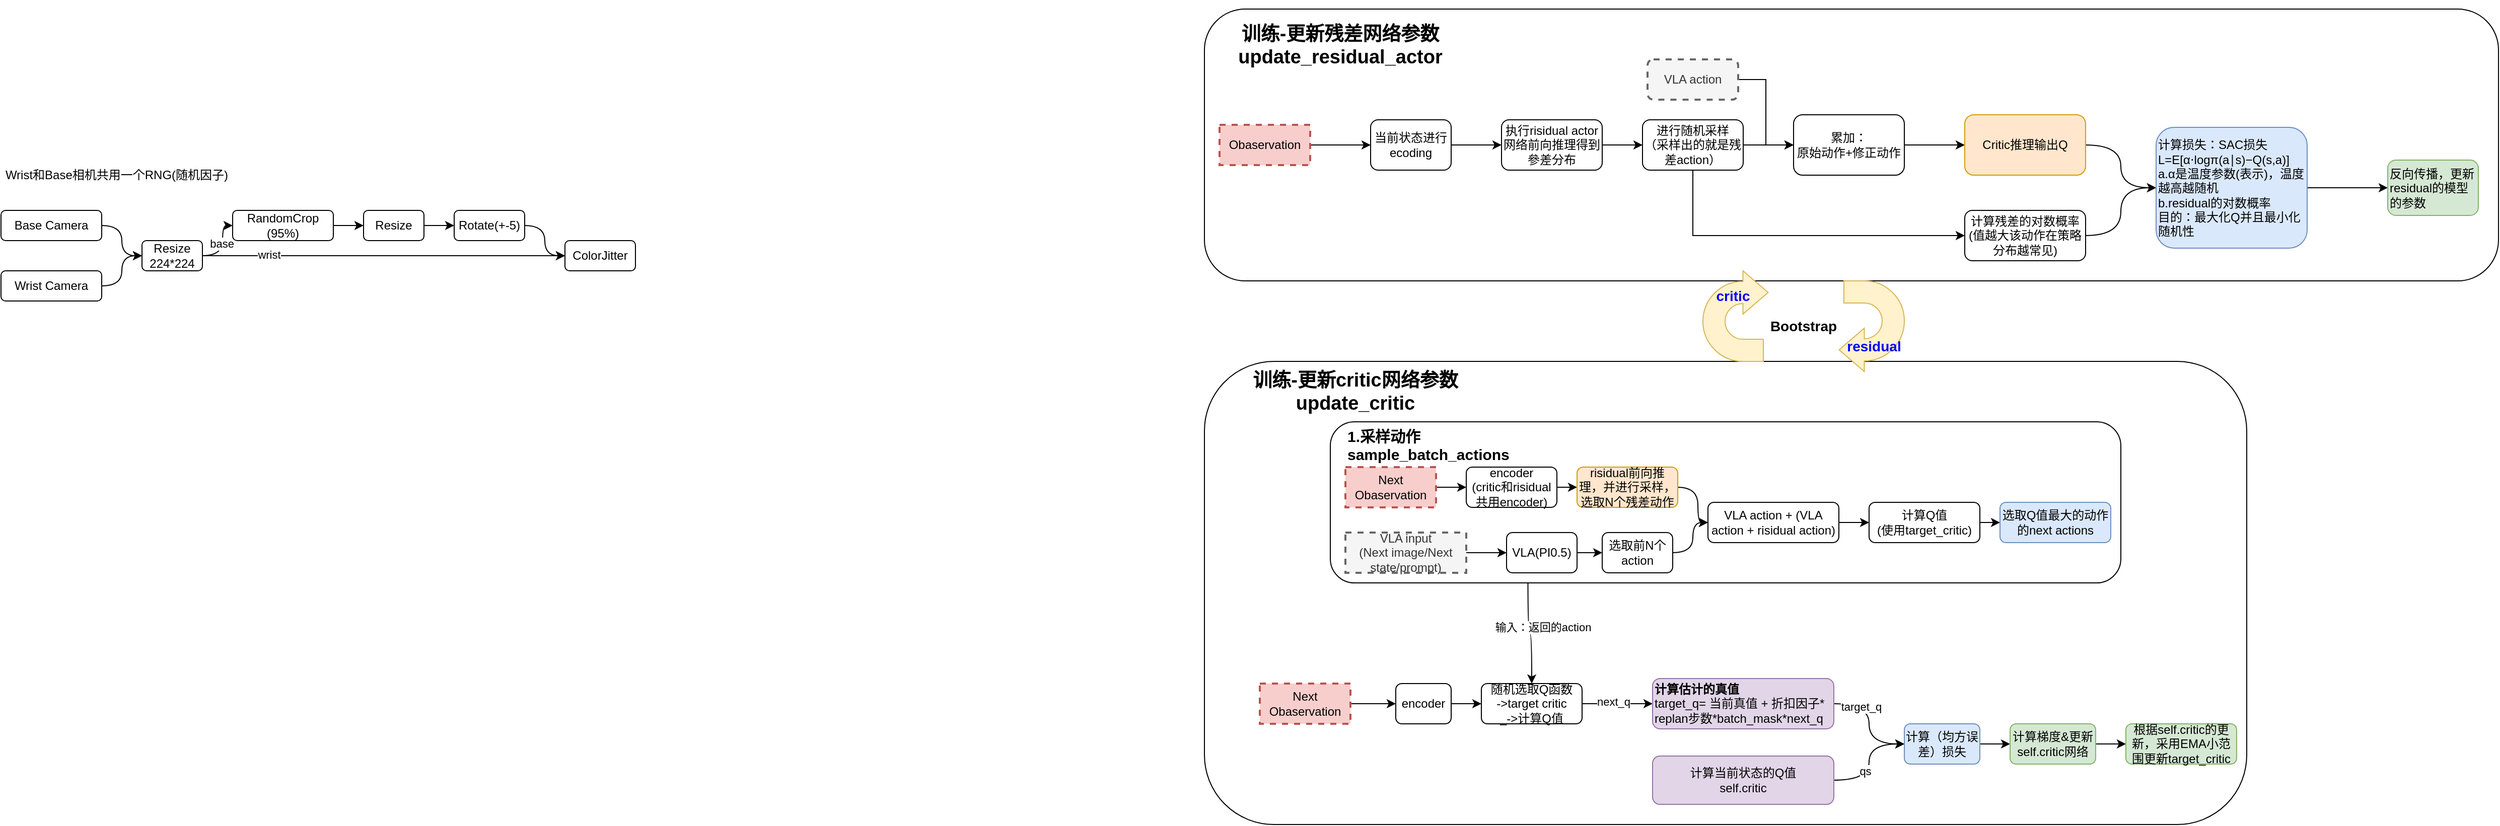
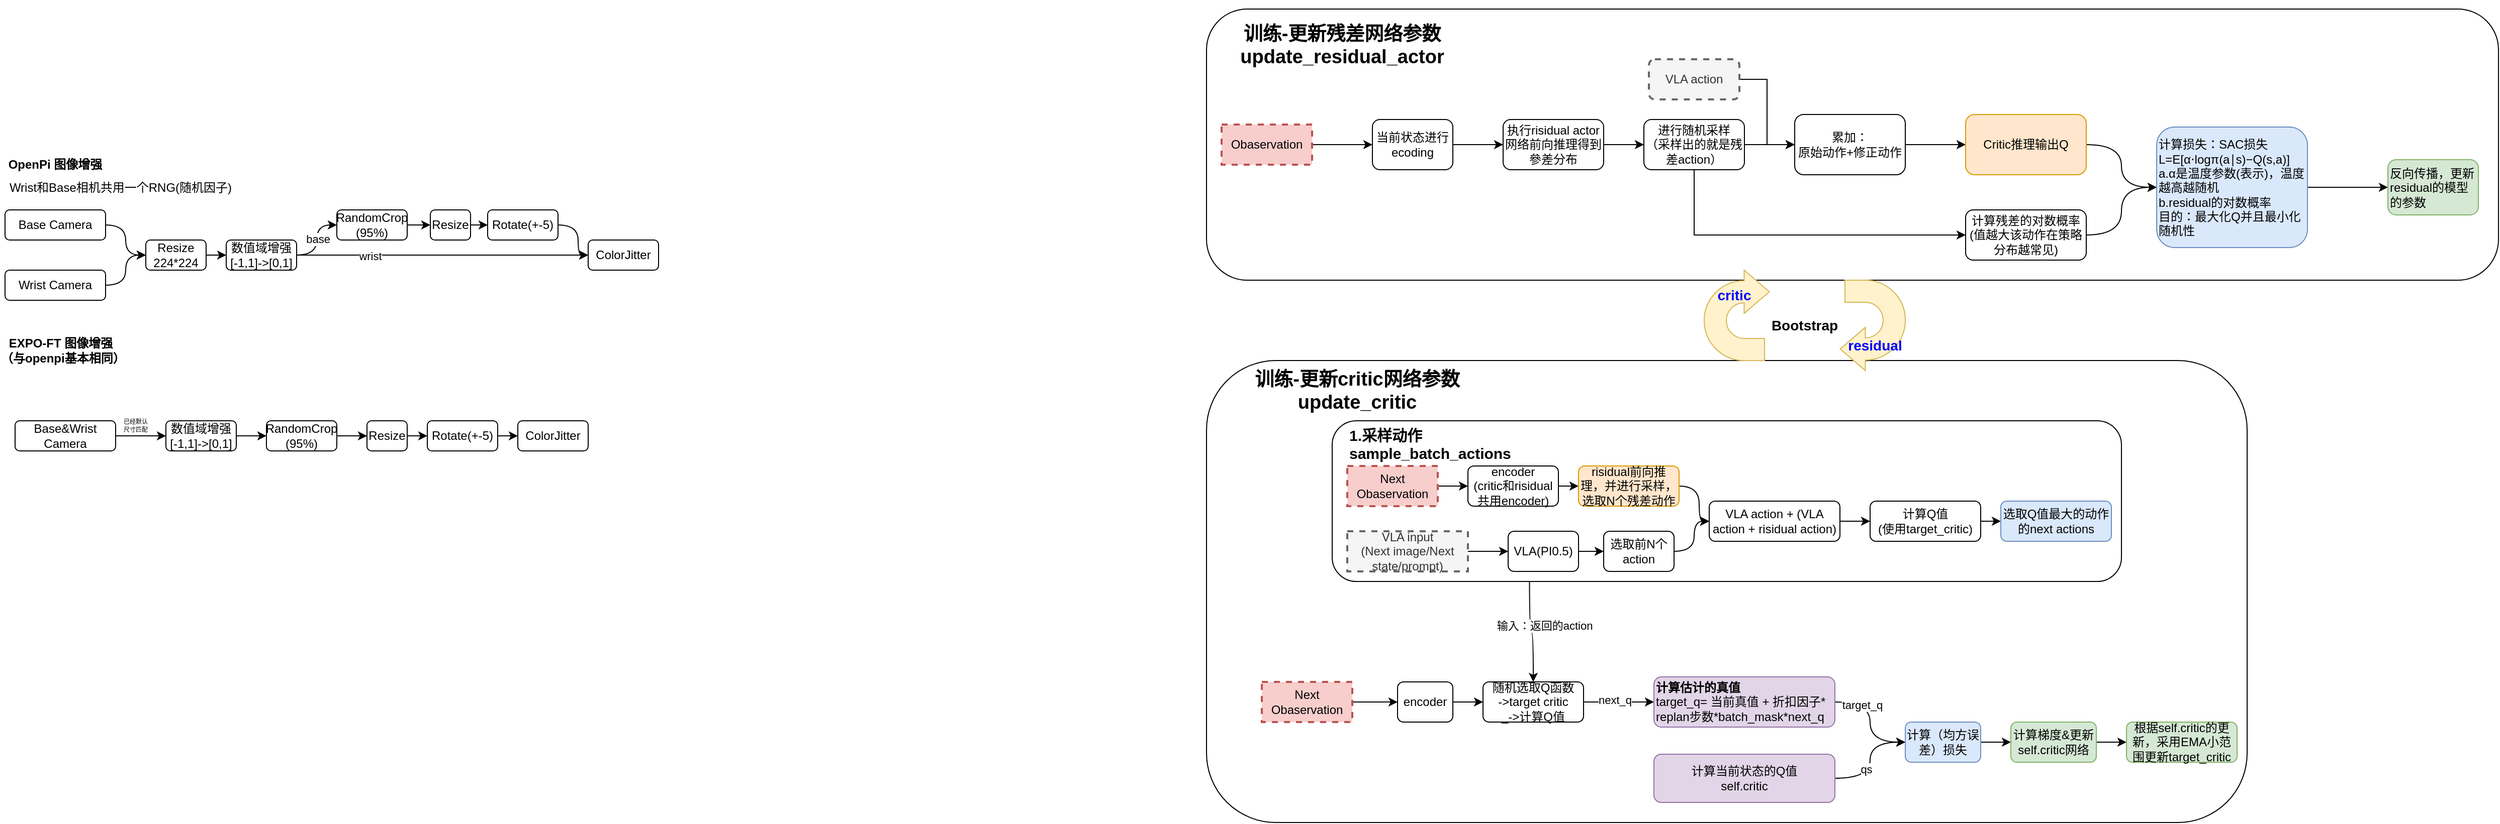
<mxfile host="app.diagrams.net">
  <diagram name="第 1 页" id="Xl2nalXjscSPXPMrPieM">
-     <mxGraphModel dx="2474" dy="2330" grid="1" gridSize="10" guides="1" tooltips="1" connect="1" arrows="1" fold="1" page="1" pageScale="1" pageWidth="827" pageHeight="1169" math="0" shadow="0">
+     <mxGraphModel dx="1786" dy="375" grid="1" gridSize="10" guides="1" tooltips="1" connect="1" arrows="1" fold="1" page="1" pageScale="1" pageWidth="827" pageHeight="1169" math="0" shadow="0">
      <root>
        <mxCell id="0" />
        <mxCell id="1" parent="0" />
        <mxCell id="5m5IZYSdE89hOnIhnB_D-75" parent="1" style="rounded=1;whiteSpace=wrap;html=1;" value="" vertex="1">
          <mxGeometry height="460" width="1035" x="-55" y="540" as="geometry" />
        </mxCell>
        <mxCell id="5m5IZYSdE89hOnIhnB_D-59" edge="1" parent="1" source="5m5IZYSdE89hOnIhnB_D-50" style="edgeStyle=orthogonalEdgeStyle;curved=1;rounded=0;orthogonalLoop=1;jettySize=auto;html=1;exitX=0.25;exitY=1;exitDx=0;exitDy=0;entryX=0.5;entryY=0;entryDx=0;entryDy=0;" target="5m5IZYSdE89hOnIhnB_D-56">
          <mxGeometry relative="1" as="geometry" />
        </mxCell>
        <mxCell id="5m5IZYSdE89hOnIhnB_D-60" connectable="0" parent="5m5IZYSdE89hOnIhnB_D-59" style="edgeLabel;html=1;align=center;verticalAlign=middle;resizable=0;points=[];" value="输入：返回的action" vertex="1">
          <mxGeometry relative="1" x="-0.1644" y="4" as="geometry">
            <mxPoint x="10" as="offset" />
          </mxGeometry>
        </mxCell>
        <mxCell id="5m5IZYSdE89hOnIhnB_D-22" parent="1" style="rounded=1;whiteSpace=wrap;html=1;" value="" vertex="1">
          <mxGeometry height="270" width="1285" x="-55" y="190" as="geometry" />
        </mxCell>
        <mxCell id="5m5IZYSdE89hOnIhnB_D-3" edge="1" parent="1" source="5m5IZYSdE89hOnIhnB_D-1" style="edgeStyle=orthogonalEdgeStyle;rounded=0;orthogonalLoop=1;jettySize=auto;html=1;" target="5m5IZYSdE89hOnIhnB_D-2" value="">
          <mxGeometry relative="1" as="geometry" />
        </mxCell>
        <mxCell id="5m5IZYSdE89hOnIhnB_D-1" parent="1" style="rounded=1;whiteSpace=wrap;html=1;" value="当前状态进行ecoding" vertex="1">
          <mxGeometry height="50" width="80" x="110" y="300" as="geometry" />
        </mxCell>
        <mxCell id="5m5IZYSdE89hOnIhnB_D-5" edge="1" parent="1" source="5m5IZYSdE89hOnIhnB_D-2" style="edgeStyle=orthogonalEdgeStyle;rounded=0;orthogonalLoop=1;jettySize=auto;html=1;" target="5m5IZYSdE89hOnIhnB_D-4" value="">
          <mxGeometry relative="1" as="geometry" />
        </mxCell>
        <mxCell id="5m5IZYSdE89hOnIhnB_D-2" parent="1" style="rounded=1;whiteSpace=wrap;html=1;" value="执行risidual actor网络前向推理得到參差分布" vertex="1">
          <mxGeometry height="50" width="100" x="240" y="300" as="geometry" />
        </mxCell>
        <mxCell id="5m5IZYSdE89hOnIhnB_D-7" edge="1" parent="1" source="5m5IZYSdE89hOnIhnB_D-4" style="edgeStyle=orthogonalEdgeStyle;rounded=0;orthogonalLoop=1;jettySize=auto;html=1;exitX=0.5;exitY=1;exitDx=0;exitDy=0;entryX=0;entryY=0.5;entryDx=0;entryDy=0;" target="5m5IZYSdE89hOnIhnB_D-6" value="">
          <mxGeometry relative="1" as="geometry" />
        </mxCell>
        <mxCell id="5m5IZYSdE89hOnIhnB_D-14" edge="1" parent="1" source="5m5IZYSdE89hOnIhnB_D-4" style="edgeStyle=orthogonalEdgeStyle;rounded=0;orthogonalLoop=1;jettySize=auto;html=1;exitX=1;exitY=0.5;exitDx=0;exitDy=0;entryX=0;entryY=0.5;entryDx=0;entryDy=0;" target="5m5IZYSdE89hOnIhnB_D-12">
          <mxGeometry relative="1" as="geometry" />
        </mxCell>
        <mxCell id="5m5IZYSdE89hOnIhnB_D-4" parent="1" style="rounded=1;whiteSpace=wrap;html=1;" value="进行随机采样&lt;br&gt;（采样出的就是残差action）" vertex="1">
          <mxGeometry height="50" width="100" x="380" y="300" as="geometry" />
        </mxCell>
        <mxCell id="5m5IZYSdE89hOnIhnB_D-19" edge="1" parent="1" source="5m5IZYSdE89hOnIhnB_D-6" style="edgeStyle=orthogonalEdgeStyle;rounded=0;orthogonalLoop=1;jettySize=auto;html=1;exitX=1;exitY=0.5;exitDx=0;exitDy=0;entryX=0;entryY=0.5;entryDx=0;entryDy=0;curved=1;" target="5m5IZYSdE89hOnIhnB_D-17">
          <mxGeometry relative="1" as="geometry" />
        </mxCell>
        <mxCell id="5m5IZYSdE89hOnIhnB_D-6" parent="1" style="rounded=1;whiteSpace=wrap;html=1;" value="计算残差的对数概率&lt;br&gt;(值越大该动作在策略分布越常见)" vertex="1">
          <mxGeometry height="50" width="120" x="700" y="390" as="geometry" />
        </mxCell>
        <mxCell id="5m5IZYSdE89hOnIhnB_D-9" edge="1" parent="1" source="5m5IZYSdE89hOnIhnB_D-8" style="edgeStyle=orthogonalEdgeStyle;rounded=0;orthogonalLoop=1;jettySize=auto;html=1;exitX=1;exitY=0.5;exitDx=0;exitDy=0;entryX=0;entryY=0.5;entryDx=0;entryDy=0;" target="5m5IZYSdE89hOnIhnB_D-1">
          <mxGeometry relative="1" as="geometry" />
        </mxCell>
        <mxCell id="5m5IZYSdE89hOnIhnB_D-8" parent="1" style="rounded=0;whiteSpace=wrap;html=1;fillColor=#f8cecc;strokeColor=#b85450;dashed=1;strokeWidth=2;" value="Obaservation" vertex="1">
          <mxGeometry height="40" width="90" x="-40" y="305" as="geometry" />
        </mxCell>
        <mxCell id="5m5IZYSdE89hOnIhnB_D-13" edge="1" parent="1" source="5m5IZYSdE89hOnIhnB_D-10" style="edgeStyle=orthogonalEdgeStyle;rounded=0;orthogonalLoop=1;jettySize=auto;html=1;exitX=1;exitY=0.5;exitDx=0;exitDy=0;entryX=0;entryY=0.5;entryDx=0;entryDy=0;" target="5m5IZYSdE89hOnIhnB_D-12">
          <mxGeometry relative="1" as="geometry" />
        </mxCell>
        <mxCell id="5m5IZYSdE89hOnIhnB_D-10" parent="1" style="rounded=1;whiteSpace=wrap;html=1;fillColor=#f5f5f5;fontColor=#333333;strokeColor=#666666;dashed=1;strokeWidth=2;" value="VLA action" vertex="1">
          <mxGeometry height="40" width="90" x="385" y="240" as="geometry" />
        </mxCell>
        <mxCell id="5m5IZYSdE89hOnIhnB_D-16" edge="1" parent="1" source="5m5IZYSdE89hOnIhnB_D-12" style="edgeStyle=orthogonalEdgeStyle;rounded=0;orthogonalLoop=1;jettySize=auto;html=1;exitX=1;exitY=0.5;exitDx=0;exitDy=0;entryX=0;entryY=0.5;entryDx=0;entryDy=0;" target="5m5IZYSdE89hOnIhnB_D-15">
          <mxGeometry relative="1" as="geometry" />
        </mxCell>
        <mxCell id="5m5IZYSdE89hOnIhnB_D-12" parent="1" style="rounded=1;whiteSpace=wrap;html=1;" value="累加：&lt;br&gt;原始动作+修正动作" vertex="1">
          <mxGeometry height="60" width="110" x="530" y="295" as="geometry" />
        </mxCell>
        <mxCell id="5m5IZYSdE89hOnIhnB_D-18" edge="1" parent="1" source="5m5IZYSdE89hOnIhnB_D-15" style="edgeStyle=orthogonalEdgeStyle;rounded=0;orthogonalLoop=1;jettySize=auto;html=1;exitX=1;exitY=0.5;exitDx=0;exitDy=0;entryX=0;entryY=0.5;entryDx=0;entryDy=0;curved=1;" target="5m5IZYSdE89hOnIhnB_D-17">
          <mxGeometry relative="1" as="geometry" />
        </mxCell>
        <mxCell id="5m5IZYSdE89hOnIhnB_D-15" parent="1" style="rounded=1;whiteSpace=wrap;html=1;fillColor=#ffe6cc;strokeColor=#d79b00;" value="Critic推理输出Q" vertex="1">
          <mxGeometry height="60" width="120" x="700" y="295" as="geometry" />
        </mxCell>
        <mxCell id="5m5IZYSdE89hOnIhnB_D-21" edge="1" parent="1" source="5m5IZYSdE89hOnIhnB_D-17" style="edgeStyle=orthogonalEdgeStyle;curved=1;rounded=0;orthogonalLoop=1;jettySize=auto;html=1;" target="5m5IZYSdE89hOnIhnB_D-20" value="">
          <mxGeometry relative="1" as="geometry" />
        </mxCell>
        <mxCell id="5m5IZYSdE89hOnIhnB_D-17" parent="1" style="rounded=1;whiteSpace=wrap;html=1;align=left;fillColor=#dae8fc;strokeColor=#6c8ebf;" value="计算损失：SAC损失&lt;br&gt;L=E[α⋅logπ(a∣s)−Q(s,a)]&lt;div&gt;a.α是温度参数(表示)，温度越高越随机&lt;br&gt;b.residual的对数概率&lt;br&gt;目的：最大化Q并且最小化随机性&lt;/div&gt;" vertex="1">
          <mxGeometry height="120" width="150" x="890" y="307.5" as="geometry" />
        </mxCell>
        <mxCell id="5m5IZYSdE89hOnIhnB_D-20" parent="1" style="rounded=1;whiteSpace=wrap;html=1;align=left;fillColor=#d5e8d4;strokeColor=#82b366;" value="反向传播，更新residual的模型的参数" vertex="1">
          <mxGeometry height="55" width="90" x="1120" y="340" as="geometry" />
        </mxCell>
        <mxCell id="5m5IZYSdE89hOnIhnB_D-23" parent="1" style="text;html=1;whiteSpace=wrap;strokeColor=none;fillColor=none;align=center;verticalAlign=middle;rounded=0;fontStyle=1;fontSize=19;" value="&lt;br&gt;训练-更新残差网络参数update_residual_actor" vertex="1">
          <mxGeometry height="30" width="220" x="-30" y="200" as="geometry" />
        </mxCell>
        <mxCell id="5m5IZYSdE89hOnIhnB_D-55" edge="1" parent="1" source="5m5IZYSdE89hOnIhnB_D-53" style="edgeStyle=orthogonalEdgeStyle;curved=1;rounded=0;orthogonalLoop=1;jettySize=auto;html=1;exitX=1;exitY=0.5;exitDx=0;exitDy=0;entryX=0;entryY=0.5;entryDx=0;entryDy=0;" target="5m5IZYSdE89hOnIhnB_D-54">
          <mxGeometry relative="1" as="geometry" />
        </mxCell>
        <mxCell id="5m5IZYSdE89hOnIhnB_D-53" parent="1" style="rounded=0;whiteSpace=wrap;html=1;fillColor=#f8cecc;strokeColor=#b85450;dashed=1;strokeWidth=2;" value="Next&lt;br&gt;Obaservation" vertex="1">
          <mxGeometry height="40" width="90" y="860" as="geometry" />
        </mxCell>
        <mxCell id="5m5IZYSdE89hOnIhnB_D-57" edge="1" parent="1" source="5m5IZYSdE89hOnIhnB_D-54" style="edgeStyle=orthogonalEdgeStyle;curved=1;rounded=0;orthogonalLoop=1;jettySize=auto;html=1;" target="5m5IZYSdE89hOnIhnB_D-56" value="">
          <mxGeometry relative="1" as="geometry" />
        </mxCell>
        <mxCell id="5m5IZYSdE89hOnIhnB_D-54" parent="1" style="rounded=1;whiteSpace=wrap;html=1;strokeWidth=1;" value="encoder" vertex="1">
          <mxGeometry height="40" width="55" x="135" y="860" as="geometry" />
        </mxCell>
        <mxCell id="5m5IZYSdE89hOnIhnB_D-64" edge="1" parent="1" source="5m5IZYSdE89hOnIhnB_D-56" style="edgeStyle=orthogonalEdgeStyle;curved=1;rounded=0;orthogonalLoop=1;jettySize=auto;html=1;" target="5m5IZYSdE89hOnIhnB_D-63" value="">
          <mxGeometry relative="1" as="geometry" />
        </mxCell>
        <mxCell id="5m5IZYSdE89hOnIhnB_D-65" connectable="0" parent="5m5IZYSdE89hOnIhnB_D-64" style="edgeLabel;html=1;align=center;verticalAlign=middle;resizable=0;points=[];" value="next_q" vertex="1">
          <mxGeometry relative="1" x="-0.1202" y="2" as="geometry">
            <mxPoint as="offset" />
          </mxGeometry>
        </mxCell>
        <mxCell id="5m5IZYSdE89hOnIhnB_D-56" parent="1" style="rounded=1;whiteSpace=wrap;html=1;strokeWidth=1;" value="随机选取Q函数&lt;br&gt;-&amp;gt;target critic&lt;div&gt;_-&amp;gt;计算Q值&lt;/div&gt;" vertex="1">
          <mxGeometry height="40" width="100" x="220" y="860" as="geometry" />
        </mxCell>
        <mxCell id="5m5IZYSdE89hOnIhnB_D-67" edge="1" parent="1" source="5m5IZYSdE89hOnIhnB_D-63" style="edgeStyle=orthogonalEdgeStyle;curved=1;rounded=0;orthogonalLoop=1;jettySize=auto;html=1;" target="5m5IZYSdE89hOnIhnB_D-66" value="">
          <mxGeometry relative="1" as="geometry" />
        </mxCell>
        <mxCell id="5m5IZYSdE89hOnIhnB_D-70" connectable="0" parent="5m5IZYSdE89hOnIhnB_D-67" style="edgeLabel;html=1;align=center;verticalAlign=middle;resizable=0;points=[];" value="target_q" vertex="1">
          <mxGeometry relative="1" x="-0.5152" y="-3" as="geometry">
            <mxPoint as="offset" />
          </mxGeometry>
        </mxCell>
        <mxCell id="5m5IZYSdE89hOnIhnB_D-63" parent="1" style="rounded=1;whiteSpace=wrap;html=1;strokeWidth=1;align=left;fillColor=#e1d5e7;strokeColor=#9673a6;" value="&lt;b&gt;计算估计的真值&lt;/b&gt;&lt;br&gt;target_q= 当前真值 + 折扣因子* replan步数*batch_mask*next_q" vertex="1">
          <mxGeometry height="50" width="180" x="390" y="855" as="geometry" />
        </mxCell>
        <mxCell id="5m5IZYSdE89hOnIhnB_D-74" edge="1" parent="1" source="5m5IZYSdE89hOnIhnB_D-66" style="edgeStyle=orthogonalEdgeStyle;curved=1;rounded=0;orthogonalLoop=1;jettySize=auto;html=1;" target="5m5IZYSdE89hOnIhnB_D-73" value="">
          <mxGeometry relative="1" as="geometry" />
        </mxCell>
        <mxCell id="5m5IZYSdE89hOnIhnB_D-66" parent="1" style="whiteSpace=wrap;html=1;align=center;rounded=1;strokeWidth=1;fillColor=#dae8fc;strokeColor=#6c8ebf;" value="计算（均方误差）损失" vertex="1">
          <mxGeometry height="40" width="75" x="640" y="900" as="geometry" />
        </mxCell>
        <mxCell id="5m5IZYSdE89hOnIhnB_D-69" edge="1" parent="1" source="5m5IZYSdE89hOnIhnB_D-68" style="edgeStyle=orthogonalEdgeStyle;curved=1;rounded=0;orthogonalLoop=1;jettySize=auto;html=1;exitX=1;exitY=0.5;exitDx=0;exitDy=0;entryX=0;entryY=0.5;entryDx=0;entryDy=0;" target="5m5IZYSdE89hOnIhnB_D-66">
          <mxGeometry relative="1" as="geometry" />
        </mxCell>
        <mxCell id="5m5IZYSdE89hOnIhnB_D-72" connectable="0" parent="5m5IZYSdE89hOnIhnB_D-69" style="edgeLabel;html=1;align=center;verticalAlign=middle;resizable=0;points=[];" value="qs" vertex="1">
          <mxGeometry relative="1" x="-0.1592" y="4" as="geometry">
            <mxPoint as="offset" />
          </mxGeometry>
        </mxCell>
        <mxCell id="5m5IZYSdE89hOnIhnB_D-68" parent="1" style="rounded=1;whiteSpace=wrap;html=1;strokeWidth=1;fillColor=#e1d5e7;strokeColor=#9673a6;" value="计算当前状态的Q值&lt;br&gt;self.critic" vertex="1">
          <mxGeometry height="48" width="180" x="390" y="932" as="geometry" />
        </mxCell>
        <mxCell id="5m5IZYSdE89hOnIhnB_D-78" edge="1" parent="1" source="5m5IZYSdE89hOnIhnB_D-73" style="edgeStyle=orthogonalEdgeStyle;curved=1;rounded=0;orthogonalLoop=1;jettySize=auto;html=1;" target="5m5IZYSdE89hOnIhnB_D-77" value="">
          <mxGeometry relative="1" as="geometry" />
        </mxCell>
        <mxCell id="5m5IZYSdE89hOnIhnB_D-73" parent="1" style="whiteSpace=wrap;html=1;align=center;rounded=1;strokeWidth=1;fillColor=#d5e8d4;strokeColor=#82b366;" value="计算梯度&amp;amp;更新self.critic网络" vertex="1">
          <mxGeometry height="40" width="85" x="745" y="900" as="geometry" />
        </mxCell>
        <mxCell id="5m5IZYSdE89hOnIhnB_D-76" parent="1" style="text;html=1;whiteSpace=wrap;strokeColor=none;fillColor=none;align=center;verticalAlign=middle;rounded=0;fontStyle=1;fontSize=19;" value="训练-更新critic网络参数&lt;br&gt;update_critic" vertex="1">
          <mxGeometry height="40" width="220" x="-15" y="550" as="geometry" />
        </mxCell>
        <mxCell id="5m5IZYSdE89hOnIhnB_D-77" parent="1" style="whiteSpace=wrap;html=1;align=center;rounded=1;strokeWidth=1;fillColor=#d5e8d4;strokeColor=#82b366;" value="根据self.critic的更新，采用EMA小范围更新target_critic" vertex="1">
          <mxGeometry height="40" width="110" x="860" y="900" as="geometry" />
        </mxCell>
        <mxCell id="5m5IZYSdE89hOnIhnB_D-79" connectable="0" parent="1" style="group" value="" vertex="1">
          <mxGeometry height="160" width="785" x="70" y="600" as="geometry" />
        </mxCell>
        <mxCell id="5m5IZYSdE89hOnIhnB_D-50" parent="5m5IZYSdE89hOnIhnB_D-79" style="rounded=1;whiteSpace=wrap;html=1;" value="" vertex="1">
          <mxGeometry height="160" width="785" as="geometry" />
        </mxCell>
        <mxCell id="5m5IZYSdE89hOnIhnB_D-39" edge="1" parent="5m5IZYSdE89hOnIhnB_D-79" source="5m5IZYSdE89hOnIhnB_D-32" style="edgeStyle=orthogonalEdgeStyle;curved=1;rounded=0;orthogonalLoop=1;jettySize=auto;html=1;exitX=1;exitY=0.5;exitDx=0;exitDy=0;entryX=0;entryY=0.5;entryDx=0;entryDy=0;" target="5m5IZYSdE89hOnIhnB_D-38">
          <mxGeometry relative="1" as="geometry" />
        </mxCell>
        <mxCell id="5m5IZYSdE89hOnIhnB_D-32" parent="5m5IZYSdE89hOnIhnB_D-79" style="rounded=0;whiteSpace=wrap;html=1;fillColor=#f8cecc;strokeColor=#b85450;dashed=1;strokeWidth=2;" value="Next&lt;br&gt;Obaservation" vertex="1">
          <mxGeometry height="40" width="90" x="15" y="45" as="geometry" />
        </mxCell>
        <mxCell id="5m5IZYSdE89hOnIhnB_D-35" edge="1" parent="5m5IZYSdE89hOnIhnB_D-79" source="5m5IZYSdE89hOnIhnB_D-33" style="edgeStyle=orthogonalEdgeStyle;curved=1;rounded=0;orthogonalLoop=1;jettySize=auto;html=1;" target="5m5IZYSdE89hOnIhnB_D-34" value="">
          <mxGeometry relative="1" as="geometry" />
        </mxCell>
        <mxCell id="5m5IZYSdE89hOnIhnB_D-33" parent="5m5IZYSdE89hOnIhnB_D-79" style="rounded=0;whiteSpace=wrap;html=1;fillColor=#f5f5f5;fontColor=#333333;strokeColor=#666666;dashed=1;strokeWidth=2;" value="VLA input&lt;br&gt;(Next image/Next state/prompt)" vertex="1">
          <mxGeometry height="40" width="120" x="15" y="110" as="geometry" />
        </mxCell>
        <mxCell id="5m5IZYSdE89hOnIhnB_D-37" edge="1" parent="5m5IZYSdE89hOnIhnB_D-79" source="5m5IZYSdE89hOnIhnB_D-34" style="edgeStyle=orthogonalEdgeStyle;curved=1;rounded=0;orthogonalLoop=1;jettySize=auto;html=1;" target="5m5IZYSdE89hOnIhnB_D-36" value="">
          <mxGeometry relative="1" as="geometry" />
        </mxCell>
        <mxCell id="5m5IZYSdE89hOnIhnB_D-34" parent="5m5IZYSdE89hOnIhnB_D-79" style="rounded=1;whiteSpace=wrap;html=1;strokeWidth=1;" value="VLA(PI0.5)" vertex="1">
          <mxGeometry height="40" width="70" x="175" y="110" as="geometry" />
        </mxCell>
        <mxCell id="5m5IZYSdE89hOnIhnB_D-44" edge="1" parent="5m5IZYSdE89hOnIhnB_D-79" source="5m5IZYSdE89hOnIhnB_D-36" style="edgeStyle=orthogonalEdgeStyle;curved=1;rounded=0;orthogonalLoop=1;jettySize=auto;html=1;exitX=1;exitY=0.5;exitDx=0;exitDy=0;entryX=0;entryY=0.5;entryDx=0;entryDy=0;" target="5m5IZYSdE89hOnIhnB_D-43">
          <mxGeometry relative="1" as="geometry" />
        </mxCell>
        <mxCell id="5m5IZYSdE89hOnIhnB_D-36" parent="5m5IZYSdE89hOnIhnB_D-79" style="rounded=1;whiteSpace=wrap;html=1;strokeWidth=1;" value="选取前N个action" vertex="1">
          <mxGeometry height="40" width="70" x="270" y="110" as="geometry" />
        </mxCell>
        <mxCell id="5m5IZYSdE89hOnIhnB_D-41" edge="1" parent="5m5IZYSdE89hOnIhnB_D-79" source="5m5IZYSdE89hOnIhnB_D-38" style="edgeStyle=orthogonalEdgeStyle;curved=1;rounded=0;orthogonalLoop=1;jettySize=auto;html=1;" target="5m5IZYSdE89hOnIhnB_D-40" value="">
          <mxGeometry relative="1" as="geometry" />
        </mxCell>
        <mxCell id="5m5IZYSdE89hOnIhnB_D-38" parent="5m5IZYSdE89hOnIhnB_D-79" style="rounded=1;whiteSpace=wrap;html=1;strokeWidth=1;" value="encoder&lt;div&gt;(critic和risidual共用encoder)&lt;/div&gt;" vertex="1">
          <mxGeometry height="40" width="90" x="135" y="45" as="geometry" />
        </mxCell>
        <mxCell id="5m5IZYSdE89hOnIhnB_D-45" edge="1" parent="5m5IZYSdE89hOnIhnB_D-79" source="5m5IZYSdE89hOnIhnB_D-40" style="edgeStyle=orthogonalEdgeStyle;curved=1;rounded=0;orthogonalLoop=1;jettySize=auto;html=1;exitX=1;exitY=0.5;exitDx=0;exitDy=0;entryX=0;entryY=0.5;entryDx=0;entryDy=0;" target="5m5IZYSdE89hOnIhnB_D-43">
          <mxGeometry relative="1" as="geometry" />
        </mxCell>
        <mxCell id="5m5IZYSdE89hOnIhnB_D-40" parent="5m5IZYSdE89hOnIhnB_D-79" style="rounded=1;whiteSpace=wrap;html=1;strokeWidth=1;fillColor=#ffe6cc;strokeColor=#d79b00;" value="risidual前向推理，并进行采样，选取N个残差动作" vertex="1">
          <mxGeometry height="40" width="100" x="245" y="45" as="geometry" />
        </mxCell>
        <mxCell id="5m5IZYSdE89hOnIhnB_D-47" edge="1" parent="5m5IZYSdE89hOnIhnB_D-79" source="5m5IZYSdE89hOnIhnB_D-43" style="edgeStyle=orthogonalEdgeStyle;curved=1;rounded=0;orthogonalLoop=1;jettySize=auto;html=1;exitX=1;exitY=0.5;exitDx=0;exitDy=0;entryX=0;entryY=0.5;entryDx=0;entryDy=0;" target="5m5IZYSdE89hOnIhnB_D-46">
          <mxGeometry relative="1" as="geometry" />
        </mxCell>
        <mxCell id="5m5IZYSdE89hOnIhnB_D-43" parent="5m5IZYSdE89hOnIhnB_D-79" style="rounded=1;whiteSpace=wrap;html=1;strokeWidth=1;" value="VLA action + (VLA action + risidual action)" vertex="1">
          <mxGeometry height="40" width="130" x="375" y="80" as="geometry" />
        </mxCell>
        <mxCell id="5m5IZYSdE89hOnIhnB_D-49" edge="1" parent="5m5IZYSdE89hOnIhnB_D-79" source="5m5IZYSdE89hOnIhnB_D-46" style="edgeStyle=orthogonalEdgeStyle;curved=1;rounded=0;orthogonalLoop=1;jettySize=auto;html=1;" target="5m5IZYSdE89hOnIhnB_D-48" value="">
          <mxGeometry relative="1" as="geometry" />
        </mxCell>
        <mxCell id="5m5IZYSdE89hOnIhnB_D-46" parent="5m5IZYSdE89hOnIhnB_D-79" style="rounded=1;whiteSpace=wrap;html=1;strokeWidth=1;" value="计算Q值&lt;br&gt;(使用target_critic)" vertex="1">
          <mxGeometry height="40" width="110" x="535" y="80" as="geometry" />
        </mxCell>
        <mxCell id="5m5IZYSdE89hOnIhnB_D-48" parent="5m5IZYSdE89hOnIhnB_D-79" style="rounded=1;whiteSpace=wrap;html=1;strokeWidth=1;fillColor=#dae8fc;strokeColor=#6c8ebf;" value="选取Q值最大的动作&lt;br&gt;的next actions" vertex="1">
          <mxGeometry height="40" width="110" x="665" y="80" as="geometry" />
        </mxCell>
        <mxCell id="5m5IZYSdE89hOnIhnB_D-51" parent="5m5IZYSdE89hOnIhnB_D-79" style="text;html=1;whiteSpace=wrap;strokeColor=none;fillColor=none;align=left;verticalAlign=middle;rounded=0;fontStyle=1;fontSize=15;" value="1.采样动作&lt;br&gt;sample_batch_actions" vertex="1">
          <mxGeometry height="30" width="220" x="15" y="8" as="geometry" />
        </mxCell>
        <mxCell id="5m5IZYSdE89hOnIhnB_D-82" parent="1" style="html=1;shadow=0;dashed=0;align=center;verticalAlign=middle;shape=mxgraph.arrows2.uTurnArrow;dy=11;arrowHead=43;dx2=25;fillColor=#fff2cc;strokeColor=#d6b656;" value="" vertex="1">
          <mxGeometry height="90" width="60" x="440" y="450" as="geometry" />
        </mxCell>
        <mxCell id="5m5IZYSdE89hOnIhnB_D-83" parent="1" style="html=1;shadow=0;dashed=0;align=center;verticalAlign=middle;shape=mxgraph.arrows2.uTurnArrow;dy=11;arrowHead=43;dx2=25;rotation=-180;fillColor=#fff2cc;strokeColor=#d6b656;" value="&amp;nbsp; " vertex="1">
          <mxGeometry height="90" width="60" x="580" y="460" as="geometry" />
        </mxCell>
        <mxCell id="5m5IZYSdE89hOnIhnB_D-84" parent="1" style="text;html=1;whiteSpace=wrap;strokeColor=none;fillColor=none;align=center;verticalAlign=middle;rounded=0;fontStyle=1;fontSize=14;" value="Bootstrap" vertex="1">
          <mxGeometry height="30" width="60" x="510" y="490" as="geometry" />
        </mxCell>
        <mxCell id="5m5IZYSdE89hOnIhnB_D-85" parent="1" style="text;html=1;whiteSpace=wrap;strokeColor=none;fillColor=none;align=center;verticalAlign=middle;rounded=0;fontStyle=1;fontColor=#0000FF;fontSize=14;" value="critic" vertex="1">
          <mxGeometry height="30" width="60" x="440" y="460" as="geometry" />
        </mxCell>
        <mxCell id="5m5IZYSdE89hOnIhnB_D-86" parent="1" style="text;html=1;whiteSpace=wrap;strokeColor=none;fillColor=none;align=center;verticalAlign=middle;rounded=0;fontStyle=1;fontColor=#0000FF;fontSize=14;" value="residual" vertex="1">
          <mxGeometry height="30" width="60" x="580" y="510" as="geometry" />
        </mxCell>
        <mxCell id="5m5IZYSdE89hOnIhnB_D-99" edge="1" parent="1" source="5m5IZYSdE89hOnIhnB_D-87" style="edgeStyle=orthogonalEdgeStyle;curved=1;rounded=0;orthogonalLoop=1;jettySize=auto;html=1;exitX=1;exitY=0.5;exitDx=0;exitDy=0;entryX=0;entryY=0.5;entryDx=0;entryDy=0;" target="5m5IZYSdE89hOnIhnB_D-89">
          <mxGeometry relative="1" as="geometry" />
        </mxCell>
        <mxCell id="5m5IZYSdE89hOnIhnB_D-87" parent="1" style="rounded=1;whiteSpace=wrap;html=1;" value="Base Camera" vertex="1">
          <mxGeometry height="30" width="100" x="-1250" y="390" as="geometry" />
        </mxCell>
        <mxCell id="5m5IZYSdE89hOnIhnB_D-98" edge="1" parent="1" source="5m5IZYSdE89hOnIhnB_D-88" style="edgeStyle=orthogonalEdgeStyle;curved=1;rounded=0;orthogonalLoop=1;jettySize=auto;html=1;exitX=1;exitY=0.5;exitDx=0;exitDy=0;entryX=0;entryY=0.5;entryDx=0;entryDy=0;" target="5m5IZYSdE89hOnIhnB_D-89">
          <mxGeometry relative="1" as="geometry" />
        </mxCell>
        <mxCell id="5m5IZYSdE89hOnIhnB_D-88" parent="1" style="rounded=1;whiteSpace=wrap;html=1;" value="Wrist Camera" vertex="1">
          <mxGeometry height="30" width="100" x="-1250" y="450" as="geometry" />
        </mxCell>
-         <mxCell id="5m5IZYSdE89hOnIhnB_D-97" edge="1" parent="1" source="5m5IZYSdE89hOnIhnB_D-89" style="edgeStyle=orthogonalEdgeStyle;curved=1;rounded=0;orthogonalLoop=1;jettySize=auto;html=1;exitX=1;exitY=0.5;exitDx=0;exitDy=0;entryX=0;entryY=0.5;entryDx=0;entryDy=0;" target="5m5IZYSdE89hOnIhnB_D-90">
-           <mxGeometry relative="1" as="geometry" />
-         </mxCell>
-         <mxCell id="5m5IZYSdE89hOnIhnB_D-101" connectable="0" parent="5m5IZYSdE89hOnIhnB_D-97" style="edgeLabel;html=1;align=center;verticalAlign=middle;resizable=0;points=[];" value="base" vertex="1">
-           <mxGeometry relative="1" x="0.0815" y="1" as="geometry">
-             <mxPoint as="offset" />
-           </mxGeometry>
-         </mxCell>
-         <mxCell id="5m5IZYSdE89hOnIhnB_D-100" edge="1" parent="1" source="5m5IZYSdE89hOnIhnB_D-89" style="edgeStyle=orthogonalEdgeStyle;curved=1;rounded=0;orthogonalLoop=1;jettySize=auto;html=1;exitX=1;exitY=0.5;exitDx=0;exitDy=0;entryX=0;entryY=0.5;entryDx=0;entryDy=0;" target="5m5IZYSdE89hOnIhnB_D-95">
-           <mxGeometry relative="1" as="geometry" />
-         </mxCell>
-         <mxCell id="5m5IZYSdE89hOnIhnB_D-102" connectable="0" parent="5m5IZYSdE89hOnIhnB_D-100" style="edgeLabel;html=1;align=center;verticalAlign=middle;resizable=0;points=[];" value="wrist" vertex="1">
-           <mxGeometry relative="1" x="-0.634" y="1" as="geometry">
-             <mxPoint as="offset" />
-           </mxGeometry>
+         <mxCell id="5m5IZYSdE89hOnIhnB_D-108" edge="1" parent="1" source="5m5IZYSdE89hOnIhnB_D-89" style="edgeStyle=orthogonalEdgeStyle;curved=1;rounded=0;orthogonalLoop=1;jettySize=auto;html=1;" target="5m5IZYSdE89hOnIhnB_D-107" value="">
+           <mxGeometry relative="1" as="geometry" />
        </mxCell>
        <mxCell id="5m5IZYSdE89hOnIhnB_D-89" parent="1" style="rounded=1;whiteSpace=wrap;html=1;" value="Resize&lt;div&gt;224*224&lt;/div&gt;" vertex="1">
          <mxGeometry height="30" width="60" x="-1110" y="420" as="geometry" />
        </mxCell>
        <mxCell id="5m5IZYSdE89hOnIhnB_D-92" edge="1" parent="1" source="5m5IZYSdE89hOnIhnB_D-90" style="edgeStyle=orthogonalEdgeStyle;curved=1;rounded=0;orthogonalLoop=1;jettySize=auto;html=1;" target="5m5IZYSdE89hOnIhnB_D-91" value="">
          <mxGeometry relative="1" as="geometry" />
        </mxCell>
        <mxCell id="5m5IZYSdE89hOnIhnB_D-90" parent="1" style="rounded=1;whiteSpace=wrap;html=1;" value="RandomCrop&lt;br&gt;(95%)" vertex="1">
-           <mxGeometry height="30" width="100" x="-1020" y="390" as="geometry" />
+           <mxGeometry height="30" width="70" x="-920" y="390" as="geometry" />
        </mxCell>
        <mxCell id="5m5IZYSdE89hOnIhnB_D-94" edge="1" parent="1" source="5m5IZYSdE89hOnIhnB_D-91" style="edgeStyle=orthogonalEdgeStyle;curved=1;rounded=0;orthogonalLoop=1;jettySize=auto;html=1;" target="5m5IZYSdE89hOnIhnB_D-93" value="">
          <mxGeometry relative="1" as="geometry" />
        </mxCell>
        <mxCell id="5m5IZYSdE89hOnIhnB_D-91" parent="1" style="rounded=1;whiteSpace=wrap;html=1;" value="Resize" vertex="1">
-           <mxGeometry height="30" width="60" x="-890" y="390" as="geometry" />
+           <mxGeometry height="30" width="40" x="-827" y="390" as="geometry" />
        </mxCell>
        <mxCell id="5m5IZYSdE89hOnIhnB_D-96" edge="1" parent="1" source="5m5IZYSdE89hOnIhnB_D-93" style="edgeStyle=orthogonalEdgeStyle;curved=1;rounded=0;orthogonalLoop=1;jettySize=auto;html=1;" target="5m5IZYSdE89hOnIhnB_D-95" value="">
          <mxGeometry relative="1" as="geometry" />
        </mxCell>
        <mxCell id="5m5IZYSdE89hOnIhnB_D-93" parent="1" style="rounded=1;whiteSpace=wrap;html=1;" value="Rotate(+-5)" vertex="1">
-           <mxGeometry height="30" width="70" x="-800" y="390" as="geometry" />
+           <mxGeometry height="30" width="70" x="-770" y="390" as="geometry" />
        </mxCell>
        <mxCell id="5m5IZYSdE89hOnIhnB_D-95" parent="1" style="rounded=1;whiteSpace=wrap;html=1;" value="ColorJitter" vertex="1">
-           <mxGeometry height="30" width="70" x="-690" y="420" as="geometry" />
+           <mxGeometry height="30" width="70" x="-670" y="420" as="geometry" />
        </mxCell>
        <mxCell id="5m5IZYSdE89hOnIhnB_D-103" parent="1" style="text;html=1;whiteSpace=wrap;strokeColor=none;fillColor=none;align=center;verticalAlign=middle;rounded=0;" value="Wrist和Base相机共用一个RNG(随机因子)" vertex="1">
-           <mxGeometry height="30" width="230" x="-1250" y="340" as="geometry" />
+           <mxGeometry height="20" width="230" x="-1250" y="357.5" as="geometry" />
+         </mxCell>
+         <mxCell id="5m5IZYSdE89hOnIhnB_D-105" parent="1" style="text;html=1;whiteSpace=wrap;strokeColor=none;fillColor=none;align=center;verticalAlign=middle;rounded=0;fontStyle=1" value="OpenPi 图像增强" vertex="1">
+           <mxGeometry height="20" width="110" x="-1255" y="335" as="geometry" />
+         </mxCell>
+         <mxCell id="5m5IZYSdE89hOnIhnB_D-106" parent="1" style="text;html=1;whiteSpace=wrap;strokeColor=none;fillColor=none;align=center;verticalAlign=middle;rounded=0;fontStyle=1" value="EXPO-FT 图像增强&lt;br&gt;（与openpi基本相同）" vertex="1">
+           <mxGeometry height="20" width="121" x="-1255" y="520" as="geometry" />
+         </mxCell>
+         <mxCell id="5m5IZYSdE89hOnIhnB_D-109" edge="1" parent="1" source="5m5IZYSdE89hOnIhnB_D-107" style="edgeStyle=orthogonalEdgeStyle;curved=1;rounded=0;orthogonalLoop=1;jettySize=auto;html=1;exitX=1;exitY=0.5;exitDx=0;exitDy=0;entryX=0;entryY=0.5;entryDx=0;entryDy=0;" target="5m5IZYSdE89hOnIhnB_D-90">
+           <mxGeometry relative="1" as="geometry" />
+         </mxCell>
+         <mxCell id="5m5IZYSdE89hOnIhnB_D-110" connectable="0" parent="5m5IZYSdE89hOnIhnB_D-109" style="edgeLabel;html=1;align=center;verticalAlign=middle;resizable=0;points=[];" value="base" vertex="1">
+           <mxGeometry relative="1" x="0.0335" y="-1" as="geometry">
+             <mxPoint as="offset" />
+           </mxGeometry>
+         </mxCell>
+         <mxCell id="5m5IZYSdE89hOnIhnB_D-111" edge="1" parent="1" source="5m5IZYSdE89hOnIhnB_D-107" style="edgeStyle=orthogonalEdgeStyle;curved=1;rounded=0;orthogonalLoop=1;jettySize=auto;html=1;exitX=1;exitY=0.5;exitDx=0;exitDy=0;" target="5m5IZYSdE89hOnIhnB_D-95">
+           <mxGeometry relative="1" as="geometry" />
+         </mxCell>
+         <mxCell id="5m5IZYSdE89hOnIhnB_D-112" connectable="0" parent="5m5IZYSdE89hOnIhnB_D-111" style="edgeLabel;html=1;align=center;verticalAlign=middle;resizable=0;points=[];" value="wrist" vertex="1">
+           <mxGeometry relative="1" x="-0.4996" y="-1" as="geometry">
+             <mxPoint as="offset" />
+           </mxGeometry>
+         </mxCell>
+         <mxCell id="5m5IZYSdE89hOnIhnB_D-107" parent="1" style="rounded=1;whiteSpace=wrap;html=1;" value="数值域增强&lt;br&gt;[-1,1]-&amp;gt;[0,1]" vertex="1">
+           <mxGeometry height="30" width="70" x="-1030" y="420" as="geometry" />
+         </mxCell>
+         <mxCell id="5m5IZYSdE89hOnIhnB_D-118" edge="1" parent="1" source="5m5IZYSdE89hOnIhnB_D-113" style="edgeStyle=orthogonalEdgeStyle;curved=1;rounded=0;orthogonalLoop=1;jettySize=auto;html=1;exitX=1;exitY=0.5;exitDx=0;exitDy=0;entryX=0;entryY=0.5;entryDx=0;entryDy=0;" target="5m5IZYSdE89hOnIhnB_D-114">
+           <mxGeometry relative="1" as="geometry" />
+         </mxCell>
+         <mxCell id="5m5IZYSdE89hOnIhnB_D-113" parent="1" style="rounded=1;whiteSpace=wrap;html=1;" value="数值域增强&lt;br&gt;[-1,1]-&amp;gt;[0,1]" vertex="1">
+           <mxGeometry height="30" width="70" x="-1090" y="600" as="geometry" />
+         </mxCell>
+         <mxCell id="5m5IZYSdE89hOnIhnB_D-119" edge="1" parent="1" source="5m5IZYSdE89hOnIhnB_D-114" style="edgeStyle=orthogonalEdgeStyle;curved=1;rounded=0;orthogonalLoop=1;jettySize=auto;html=1;exitX=1;exitY=0.5;exitDx=0;exitDy=0;entryX=0;entryY=0.5;entryDx=0;entryDy=0;" target="5m5IZYSdE89hOnIhnB_D-115">
+           <mxGeometry relative="1" as="geometry" />
+         </mxCell>
+         <mxCell id="5m5IZYSdE89hOnIhnB_D-114" parent="1" style="rounded=1;whiteSpace=wrap;html=1;" value="RandomCrop&lt;br&gt;(95%)" vertex="1">
+           <mxGeometry height="30" width="70" x="-990" y="600" as="geometry" />
+         </mxCell>
+         <mxCell id="5m5IZYSdE89hOnIhnB_D-120" edge="1" parent="1" source="5m5IZYSdE89hOnIhnB_D-115" style="edgeStyle=orthogonalEdgeStyle;curved=1;rounded=0;orthogonalLoop=1;jettySize=auto;html=1;exitX=1;exitY=0.5;exitDx=0;exitDy=0;entryX=0;entryY=0.5;entryDx=0;entryDy=0;" target="5m5IZYSdE89hOnIhnB_D-116">
+           <mxGeometry relative="1" as="geometry" />
+         </mxCell>
+         <mxCell id="5m5IZYSdE89hOnIhnB_D-115" parent="1" style="rounded=1;whiteSpace=wrap;html=1;" value="Resize" vertex="1">
+           <mxGeometry height="30" width="40" x="-890" y="600" as="geometry" />
+         </mxCell>
+         <mxCell id="5m5IZYSdE89hOnIhnB_D-121" edge="1" parent="1" source="5m5IZYSdE89hOnIhnB_D-116" style="edgeStyle=orthogonalEdgeStyle;curved=1;rounded=0;orthogonalLoop=1;jettySize=auto;html=1;exitX=1;exitY=0.5;exitDx=0;exitDy=0;entryX=0;entryY=0.5;entryDx=0;entryDy=0;" target="5m5IZYSdE89hOnIhnB_D-117">
+           <mxGeometry relative="1" as="geometry" />
+         </mxCell>
+         <mxCell id="5m5IZYSdE89hOnIhnB_D-116" parent="1" style="rounded=1;whiteSpace=wrap;html=1;" value="Rotate(+-5)" vertex="1">
+           <mxGeometry height="30" width="70" x="-830" y="600" as="geometry" />
+         </mxCell>
+         <mxCell id="5m5IZYSdE89hOnIhnB_D-117" parent="1" style="rounded=1;whiteSpace=wrap;html=1;" value="ColorJitter" vertex="1">
+           <mxGeometry height="30" width="70" x="-740" y="600" as="geometry" />
+         </mxCell>
+         <mxCell id="5m5IZYSdE89hOnIhnB_D-123" edge="1" parent="1" source="5m5IZYSdE89hOnIhnB_D-122" style="edgeStyle=orthogonalEdgeStyle;curved=1;rounded=0;orthogonalLoop=1;jettySize=auto;html=1;exitX=1;exitY=0.5;exitDx=0;exitDy=0;entryX=0;entryY=0.5;entryDx=0;entryDy=0;" target="5m5IZYSdE89hOnIhnB_D-113">
+           <mxGeometry relative="1" as="geometry" />
+         </mxCell>
+         <mxCell id="5m5IZYSdE89hOnIhnB_D-122" parent="1" style="rounded=1;whiteSpace=wrap;html=1;" value="Base&amp;amp;Wrist Camera" vertex="1">
+           <mxGeometry height="30" width="100" x="-1240" y="600" as="geometry" />
+         </mxCell>
+         <mxCell id="5m5IZYSdE89hOnIhnB_D-124" parent="1" style="text;html=1;whiteSpace=wrap;strokeColor=none;fillColor=none;align=center;verticalAlign=middle;rounded=0;fontSize=6;" value="已经默认&lt;br&gt;尺寸匹配" vertex="1">
+           <mxGeometry height="30" width="60" x="-1150" y="590" as="geometry" />
        </mxCell>
      </root>
    </mxGraphModel>
  </diagram>
</mxfile>
